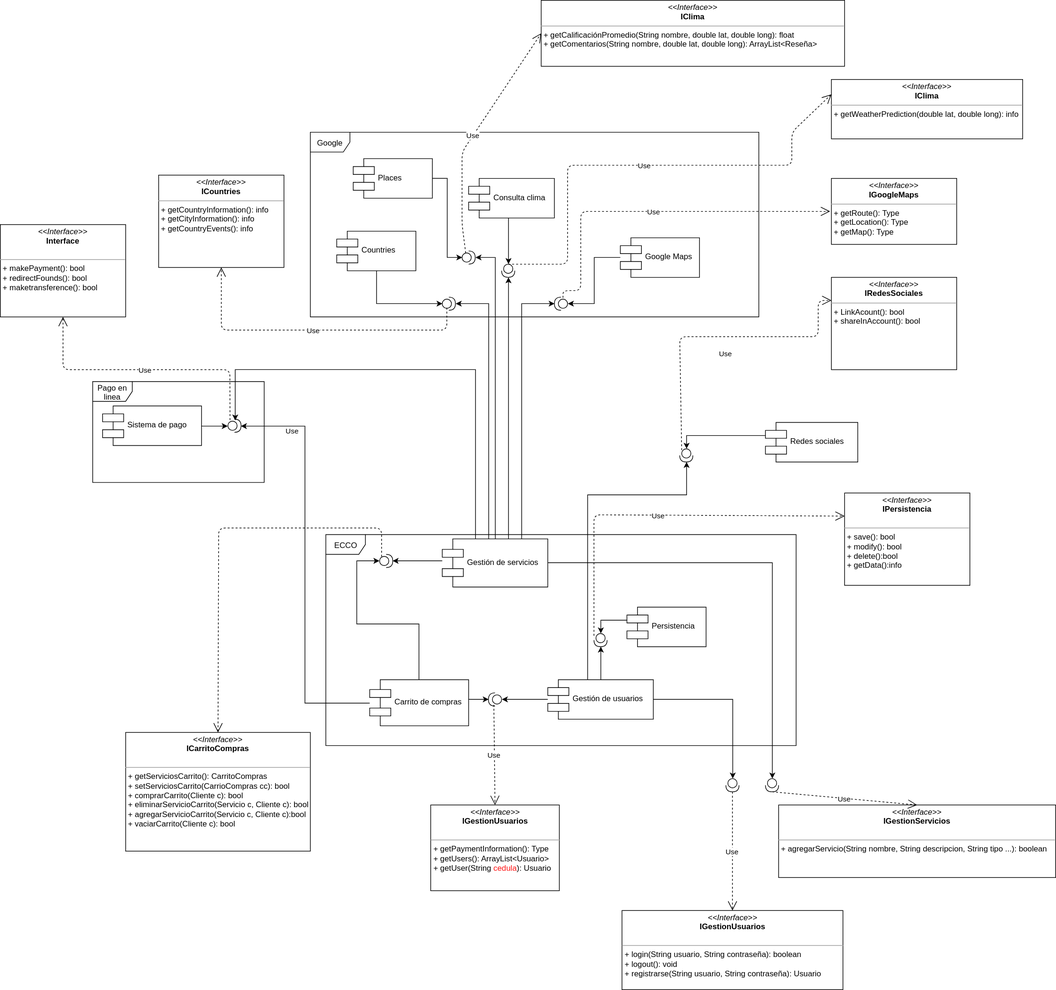
Before: Documentación/Diagrama de componentes.svg, a diagram exported from draw.io (webservices1930/ECCO). Source tidied: cells renumbered, new cells last; positions are measured from the earlier drawing's top-left corner, leaving out a move shared by most shapes.
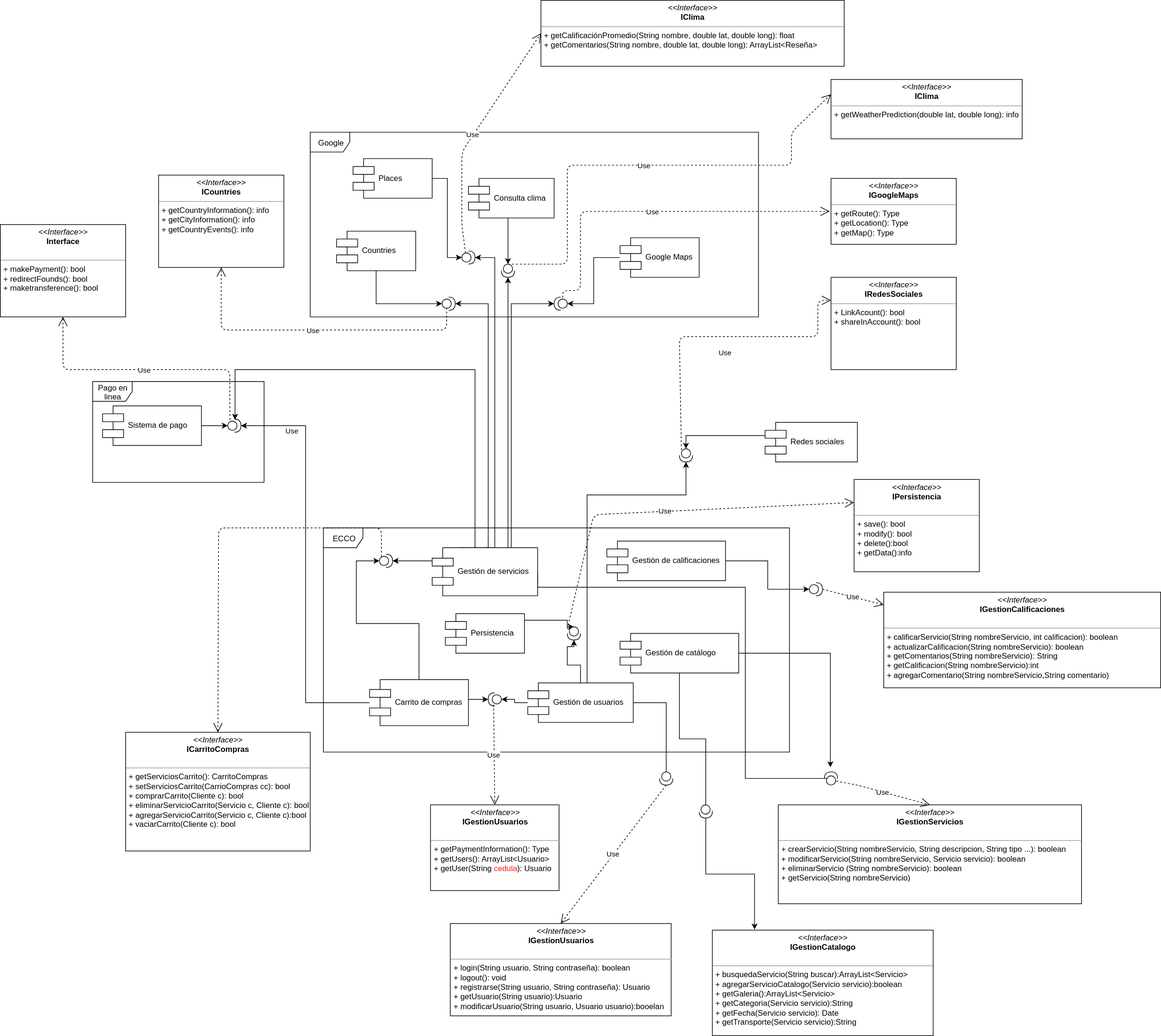
The same file after the commit.

What changed in the source:
```diff
@@ -3,7 +3,7 @@
     <mxCell id="0" />
     <mxCell id="1" parent="0" />
     <mxCell id="2" value="ECCO" style="shape=umlFrame;whiteSpace=wrap;html=1;" parent="1" vertex="1">
-      <mxGeometry x="493.5" y="810" width="713" height="320" as="geometry" />
+      <mxGeometry x="490" y="800" width="707" height="340" as="geometry" />
     </mxCell>
     <mxCell id="3" style="edgeStyle=orthogonalEdgeStyle;rounded=0;jettySize=auto;html=1;exitX=0.75;exitY=0;exitDx=0;exitDy=0;entryX=1;entryY=0.5;entryDx=0;entryDy=0;entryPerimeter=0;" parent="1" edge="1" source="9" target="10">
       <mxGeometry relative="1" as="geometry" />
@@ -47,7 +47,7 @@
       </mxGeometry>
     </mxCell>
     <mxCell id="9" value="Gestión de servicios" style="shape=component;align=left;spacingLeft=36;" parent="1" vertex="1">
-      <mxGeometry x="670" y="816.5" width="160" height="73" as="geometry" />
+      <mxGeometry x="655" y="830" width="160" height="73" as="geometry" />
     </mxCell>
     <mxCell id="10" style="shape=providedRequiredInterface;html=1;verticalLabelPosition=bottom;rotation=180;" parent="1" vertex="1">
       <mxGeometry x="840" y="450" width="20" height="20" as="geometry" />
@@ -62,10 +62,21 @@
       <mxGeometry relative="1" as="geometry" />
     </mxCell>
     <mxCell id="14" style="edgeStyle=orthogonalEdgeStyle;rounded=0;jettySize=auto;html=1;entryX=0;entryY=0.5;entryDx=0;entryDy=0;entryPerimeter=0;" parent="1" edge="1" source="17" target="39">
-      <mxGeometry relative="1" as="geometry" />
+      <mxGeometry relative="1" as="geometry">
+        <Array as="points">
+          <mxPoint x="1010" y="1065" />
+          <mxPoint x="1010" y="1180" />
+        </Array>
+      </mxGeometry>
     </mxCell>
     <mxCell id="15" style="edgeStyle=orthogonalEdgeStyle;rounded=0;jettySize=auto;html=1;entryX=1;entryY=0.5;entryDx=0;entryDy=0;entryPerimeter=0;" parent="1" edge="1" source="17" target="44">
-      <mxGeometry relative="1" as="geometry" />
+      <mxGeometry relative="1" as="geometry">
+        <Array as="points">
+          <mxPoint x="880" y="1008" />
+          <mxPoint x="860" y="1008" />
+          <mxPoint x="860" y="980" />
+        </Array>
+      </mxGeometry>
     </mxCell>
     <mxCell id="16" style="edgeStyle=orthogonalEdgeStyle;rounded=0;jettySize=auto;html=1;entryX=1;entryY=0.5;entryDx=0;entryDy=0;entryPerimeter=0;" parent="1" edge="1" source="17" target="45">
       <mxGeometry relative="1" as="geometry">
@@ -76,7 +87,7 @@
       </mxGeometry>
     </mxCell>
     <mxCell id="17" value="Gestión de usuarios" style="shape=component;align=left;spacingLeft=36;horizontal=1;" parent="1" vertex="1">
-      <mxGeometry x="830" y="1030" width="160" height="60" as="geometry" />
+      <mxGeometry x="800" y="1035" width="160" height="60" as="geometry" />
     </mxCell>
     <mxCell id="18" style="edgeStyle=orthogonalEdgeStyle;rounded=0;jettySize=auto;html=1;entryX=1;entryY=0.5;entryDx=0;entryDy=0;entryPerimeter=0;" parent="1" edge="1" source="21" target="34">
       <mxGeometry relative="1" as="geometry" />
@@ -96,7 +107,13 @@
       <mxGeometry x="560" y="1030" width="150" height="70" as="geometry" />
     </mxCell>
     <mxCell id="22" style="edgeStyle=orthogonalEdgeStyle;rounded=0;jettySize=auto;html=1;entryX=0;entryY=0.5;entryDx=0;entryDy=0;entryPerimeter=0;exitX=1;exitY=0.5;exitDx=0;exitDy=0;" parent="1" edge="1" source="9" target="38">
-      <mxGeometry relative="1" as="geometry" />
+      <mxGeometry relative="1" as="geometry">
+        <Array as="points">
+          <mxPoint x="815" y="890" />
+          <mxPoint x="1130" y="890" />
+          <mxPoint x="1130" y="1180" />
+        </Array>
+      </mxGeometry>
     </mxCell>
     <mxCell id="23" style="edgeStyle=orthogonalEdgeStyle;rounded=0;jettySize=auto;html=1;entryX=0;entryY=0.5;entryDx=0;entryDy=0;entryPerimeter=0;" parent="1" edge="1" source="24" target="31">
       <mxGeometry relative="1" as="geometry">
@@ -152,11 +169,11 @@
     <mxCell id="37" style="shape=providedRequiredInterface;html=1;verticalLabelPosition=bottom;" parent="1" vertex="1">
       <mxGeometry x="575" y="840" width="20" height="20" as="geometry" />
     </mxCell>
-    <mxCell id="38" style="shape=providedRequiredInterface;html=1;verticalLabelPosition=bottom;rotation=90;" parent="1" vertex="1">
-      <mxGeometry x="1160" y="1180" width="20" height="20" as="geometry" />
+    <mxCell id="38" style="shape=providedRequiredInterface;html=1;verticalLabelPosition=bottom;rotation=-90;" parent="1" vertex="1">
+      <mxGeometry x="1250" y="1170" width="20" height="20" as="geometry" />
     </mxCell>
     <mxCell id="39" style="shape=providedRequiredInterface;html=1;verticalLabelPosition=bottom;rotation=90;" parent="1" vertex="1">
-      <mxGeometry x="1100" y="1180" width="20" height="20" as="geometry" />
+      <mxGeometry x="1000" y="1170" width="20" height="20" as="geometry" />
     </mxCell>
     <mxCell id="40" value="&lt;p style=&quot;margin: 0px ; margin-top: 4px ; text-align: center&quot;&gt;&lt;i&gt;&amp;lt;&amp;lt;Interface&amp;gt;&amp;gt;&lt;/i&gt;&lt;br&gt;&lt;b&gt;ICarritoCompras&lt;/b&gt;&lt;/p&gt;&lt;p style=&quot;margin: 0px ; margin-left: 4px&quot;&gt;&lt;br&gt;&lt;/p&gt;&lt;hr size=&quot;1&quot;&gt;&lt;p style=&quot;margin: 0px ; margin-left: 4px&quot;&gt;+ getServiciosCarrito(): CarritoCompras&lt;/p&gt;&lt;p style=&quot;margin: 0px ; margin-left: 4px&quot;&gt;+ setServiciosCarrito(CarrioCompras cc): bool&amp;nbsp;&lt;br&gt;+ comprarCarrito(Cliente c): bool&lt;/p&gt;&lt;p style=&quot;margin: 0px ; margin-left: 4px&quot;&gt;+ eliminarServicioCarrito(Servicio c, Cliente c): bool&lt;/p&gt;&lt;p style=&quot;margin: 0px ; margin-left: 4px&quot;&gt;+ agregarServicioCarrito(Servicio c, Cliente c):bool&lt;/p&gt;&lt;p style=&quot;margin: 0px ; margin-left: 4px&quot;&gt;+ vaciarCarrito(Cliente c): bool&lt;/p&gt;" style="verticalAlign=top;align=left;overflow=fill;fontSize=12;fontFamily=Helvetica;html=1;" parent="1" vertex="1">
       <mxGeometry x="190" y="1110" width="280" height="180" as="geometry" />
@@ -174,15 +191,16 @@
     <mxCell id="42" style="edgeStyle=orthogonalEdgeStyle;rounded=0;jettySize=auto;html=1;entryX=0;entryY=0.5;entryDx=0;entryDy=0;entryPerimeter=0;" parent="1" edge="1" source="43" target="44">
       <mxGeometry relative="1" as="geometry">
         <Array as="points">
-          <mxPoint x="911" y="940" />
+          <mxPoint x="860" y="940" />
+          <mxPoint x="860" y="950" />
         </Array>
       </mxGeometry>
     </mxCell>
     <mxCell id="43" value="Persistencia" style="shape=component;align=left;spacingLeft=36;" parent="1" vertex="1">
-      <mxGeometry x="950" y="920" width="120" height="60" as="geometry" />
+      <mxGeometry x="675" y="930" width="120" height="60" as="geometry" />
     </mxCell>
     <mxCell id="44" style="shape=providedRequiredInterface;html=1;verticalLabelPosition=bottom;rotation=90;" parent="1" vertex="1">
-      <mxGeometry x="900" y="960" width="20" height="20" as="geometry" />
+      <mxGeometry x="860" y="950" width="20" height="20" as="geometry" />
     </mxCell>
     <mxCell id="45" style="shape=providedRequiredInterface;html=1;verticalLabelPosition=bottom;rotation=90;" parent="1" vertex="1">
       <mxGeometry x="1030" y="680" width="20" height="20" as="geometry" />
@@ -262,19 +280,23 @@
       </mxGeometry>
     </mxCell>
     <mxCell id="59" value="&lt;p style=&quot;margin: 0px ; margin-top: 4px ; text-align: center&quot;&gt;&lt;i&gt;&amp;lt;&amp;lt;Interface&amp;gt;&amp;gt;&lt;/i&gt;&lt;br&gt;&lt;b&gt;IPersistencia&lt;/b&gt;&lt;/p&gt;&lt;br&gt;&lt;hr size=&quot;1&quot;&gt;&lt;p style=&quot;margin: 0px ; margin-left: 4px&quot;&gt;+ save(): bool&lt;br&gt;+ modify(): bool&lt;/p&gt;&lt;p style=&quot;margin: 0px ; margin-left: 4px&quot;&gt;+ delete():bool&amp;nbsp;&lt;/p&gt;&lt;p style=&quot;margin: 0px ; margin-left: 4px&quot;&gt;+ getData():info&lt;/p&gt;" style="verticalAlign=top;align=left;overflow=fill;fontSize=12;fontFamily=Helvetica;html=1;" parent="1" vertex="1">
-      <mxGeometry x="1280" y="747" width="190" height="140" as="geometry" />
+      <mxGeometry x="1295" y="726.5" width="190" height="140" as="geometry" />
     </mxCell>
-    <mxCell id="60" value="&lt;p style=&quot;margin: 0px ; margin-top: 4px ; text-align: center&quot;&gt;&lt;i&gt;&amp;lt;&amp;lt;Interface&amp;gt;&amp;gt;&lt;/i&gt;&lt;br&gt;&lt;b&gt;IGestionUsuarios&lt;/b&gt;&lt;/p&gt;&lt;br&gt;&lt;hr size=&quot;1&quot;&gt;&lt;p style=&quot;margin: 0px ; margin-left: 4px&quot;&gt;+ login(String usuario, String contraseña): boolean&lt;/p&gt;&lt;p style=&quot;margin: 0px ; margin-left: 4px&quot;&gt;+ logout(): void&lt;/p&gt;&lt;p style=&quot;margin: 0px ; margin-left: 4px&quot;&gt;+ registrarse(String usuario,&amp;nbsp;&lt;span&gt;String contraseña&lt;/span&gt;&lt;span&gt;): Usuario&lt;/span&gt;&lt;/p&gt;&lt;p style=&quot;margin: 0px ; margin-left: 4px&quot;&gt;&lt;br&gt;&lt;/p&gt;" style="verticalAlign=top;align=left;overflow=fill;fontSize=12;fontFamily=Helvetica;html=1;" parent="1" vertex="1">
-      <mxGeometry x="942.5" y="1380" width="335" height="120" as="geometry" />
+    <mxCell id="60" value="&lt;p style=&quot;margin: 0px ; margin-top: 4px ; text-align: center&quot;&gt;&lt;i&gt;&amp;lt;&amp;lt;Interface&amp;gt;&amp;gt;&lt;/i&gt;&lt;br&gt;&lt;b&gt;IGestionUsuarios&lt;/b&gt;&lt;/p&gt;&lt;br&gt;&lt;hr size=&quot;1&quot;&gt;&lt;p style=&quot;margin: 0px ; margin-left: 4px&quot;&gt;+ login(String usuario, String contraseña): boolean&lt;/p&gt;&lt;p style=&quot;margin: 0px ; margin-left: 4px&quot;&gt;+ logout(): void&lt;/p&gt;&lt;p style=&quot;margin: 0px ; margin-left: 4px&quot;&gt;+ registrarse(String usuario,&amp;nbsp;&lt;span&gt;String contraseña&lt;/span&gt;&lt;span&gt;): Usuario&lt;/span&gt;&lt;/p&gt;&lt;p style=&quot;margin: 0px ; margin-left: 4px&quot;&gt;&lt;span&gt;+ getUsuario(String usuario):Usuario&lt;/span&gt;&lt;/p&gt;&lt;p style=&quot;margin: 0px ; margin-left: 4px&quot;&gt;&lt;span&gt;+ modificarUsuario(String usuario, Usuario usuario):booelan&lt;/span&gt;&lt;/p&gt;&lt;p style=&quot;margin: 0px ; margin-left: 4px&quot;&gt;&lt;span&gt;&lt;br&gt;&lt;/span&gt;&lt;/p&gt;&lt;p style=&quot;margin: 0px ; margin-left: 4px&quot;&gt;&lt;br&gt;&lt;/p&gt;" style="verticalAlign=top;align=left;overflow=fill;fontSize=12;fontFamily=Helvetica;html=1;" parent="1" vertex="1">
+      <mxGeometry x="682.5" y="1400" width="335" height="140" as="geometry" />
     </mxCell>
     <mxCell id="61" value="Use" style="endArrow=open;endSize=12;dashed=1;html=1;entryX=0.5;entryY=0;entryDx=0;entryDy=0;exitX=1;exitY=0.5;exitDx=0;exitDy=0;exitPerimeter=0;" parent="1" edge="1" source="39" target="60">
       <mxGeometry relative="1" as="geometry" />
     </mxCell>
-    <mxCell id="62" value="&lt;p style=&quot;margin: 0px ; margin-top: 4px ; text-align: center&quot;&gt;&lt;i&gt;&amp;lt;&amp;lt;Interface&amp;gt;&amp;gt;&lt;/i&gt;&lt;br&gt;&lt;b&gt;IGestionServicios&lt;/b&gt;&lt;/p&gt;&lt;br&gt;&lt;hr size=&quot;1&quot;&gt;&lt;p style=&quot;margin: 0px ; margin-left: 4px&quot;&gt;+ agregarServicio(String nombre, String descripcion, String tipo ...): boolean&lt;/p&gt;&lt;p style=&quot;margin: 0px ; margin-left: 4px&quot;&gt;&lt;br&gt;&lt;/p&gt;&lt;p style=&quot;margin: 0px ; margin-left: 4px&quot;&gt;&lt;br&gt;&lt;/p&gt;" style="verticalAlign=top;align=left;overflow=fill;fontSize=12;fontFamily=Helvetica;html=1;" parent="1" vertex="1">
-      <mxGeometry x="1180" y="1220" width="420" height="110" as="geometry" />
+    <mxCell id="62" value="&lt;p style=&quot;margin: 0px ; margin-top: 4px ; text-align: center&quot;&gt;&lt;i&gt;&amp;lt;&amp;lt;Interface&amp;gt;&amp;gt;&lt;/i&gt;&lt;br&gt;&lt;b&gt;IGestionServicios&lt;/b&gt;&lt;/p&gt;&lt;br&gt;&lt;hr size=&quot;1&quot;&gt;&lt;p style=&quot;margin: 0px ; margin-left: 4px&quot;&gt;+ crearServicio(String nombreServicio, String descripcion, String tipo ...): boolean&lt;/p&gt;&lt;p style=&quot;margin: 0px ; margin-left: 4px&quot;&gt;+ modificarServicio(String nombreServicio, Servicio servicio): boolean&lt;/p&gt;&lt;p style=&quot;margin: 0px ; margin-left: 4px&quot;&gt;+ eliminarServicio (String nombreServicio): boolean&lt;/p&gt;&lt;p style=&quot;margin: 0px ; margin-left: 4px&quot;&gt;+ getServicio(String nombreServicio)&lt;/p&gt;&lt;p style=&quot;margin: 0px ; margin-left: 4px&quot;&gt;&lt;br&gt;&lt;/p&gt;&lt;p style=&quot;margin: 0px ; margin-left: 4px&quot;&gt;&lt;br&gt;&lt;/p&gt;&lt;p style=&quot;margin: 0px ; margin-left: 4px&quot;&gt;&lt;br&gt;&lt;/p&gt;" style="verticalAlign=top;align=left;overflow=fill;fontSize=12;fontFamily=Helvetica;html=1;" parent="1" vertex="1">
+      <mxGeometry x="1180" y="1220" width="460" height="150" as="geometry" />
     </mxCell>
-    <mxCell id="63" value="Use" style="endArrow=open;endSize=12;dashed=1;html=1;entryX=0.5;entryY=0;entryDx=0;entryDy=0;exitX=1;exitY=0.5;exitDx=0;exitDy=0;exitPerimeter=0;" parent="1" edge="1" source="38" target="62">
-      <mxGeometry relative="1" as="geometry" />
+    <mxCell id="63" value="Use" style="endArrow=open;endSize=12;dashed=1;html=1;entryX=0.5;entryY=0;entryDx=0;entryDy=0;exitX=0.3;exitY=0.9;exitDx=0;exitDy=0;exitPerimeter=0;" parent="1" edge="1" source="38" target="62">
+      <mxGeometry relative="1" as="geometry">
+        <Array as="points">
+          <mxPoint x="1300" y="1190" />
+        </Array>
+      </mxGeometry>
     </mxCell>
     <mxCell id="64" style="edgeStyle=orthogonalEdgeStyle;rounded=0;jettySize=auto;html=1;exitX=1;exitY=0.5;exitDx=0;exitDy=0;entryX=0;entryY=0.5;entryDx=0;entryDy=0;entryPerimeter=0;" parent="1" edge="1" source="65" target="66">
       <mxGeometry relative="1" as="geometry" />
@@ -296,5 +318,40 @@
     <mxCell id="68" value="&lt;p style=&quot;margin: 0px ; margin-top: 4px ; text-align: center&quot;&gt;&lt;i&gt;&amp;lt;&amp;lt;Interface&amp;gt;&amp;gt;&lt;/i&gt;&lt;br&gt;&lt;b&gt;IClima&lt;/b&gt;&lt;/p&gt;&lt;hr size=&quot;1&quot;&gt;&lt;p style=&quot;margin: 0px ; margin-left: 4px&quot;&gt;+ getCalificaciónPromedio(String nombre, double lat, double long): float&lt;/p&gt;&lt;p style=&quot;margin: 0px ; margin-left: 4px&quot;&gt;+ getComentarios(String nombre, double lat, double long): ArrayList&amp;lt;Reseña&amp;gt;&lt;br&gt;&lt;br&gt;&lt;/p&gt;&lt;p style=&quot;margin: 0px ; margin-left: 4px&quot;&gt;&lt;br&gt;&lt;/p&gt;" style="verticalAlign=top;align=left;overflow=fill;fontSize=12;fontFamily=Helvetica;html=1;" parent="1" vertex="1">
       <mxGeometry x="820" width="460" height="100" as="geometry" />
     </mxCell>
+    <mxCell id="69" style="edgeStyle=orthogonalEdgeStyle;rounded=0;jettySize=auto;html=1;entryX=0;entryY=0.5;entryDx=0;entryDy=0;entryPerimeter=0;" parent="1" edge="1" source="70" target="71">
+      <mxGeometry relative="1" as="geometry" />
+    </mxCell>
+    <mxCell id="70" value="Gestión de calificaciones" style="shape=component;align=left;spacingLeft=36;" parent="1" vertex="1">
+      <mxGeometry x="920" y="820" width="180" height="60" as="geometry" />
+    </mxCell>
+    <mxCell id="71" style="shape=providedRequiredInterface;html=1;verticalLabelPosition=bottom;" parent="1" vertex="1">
+      <mxGeometry x="1227" y="883" width="20" height="20" as="geometry" />
+    </mxCell>
+    <mxCell id="72" value="&lt;p style=&quot;margin: 0px ; margin-top: 4px ; text-align: center&quot;&gt;&lt;i&gt;&amp;lt;&amp;lt;Interface&amp;gt;&amp;gt;&lt;/i&gt;&lt;br&gt;&lt;b&gt;IGestionCalificaciones&lt;/b&gt;&lt;/p&gt;&lt;br&gt;&lt;hr size=&quot;1&quot;&gt;&lt;p style=&quot;margin: 0px ; margin-left: 4px&quot;&gt;+ calificarServicio(String nombreServicio, int calificacion): boolean&lt;/p&gt;&lt;p style=&quot;margin: 0px 0px 0px 4px&quot;&gt;+ actualizarCalificacion(String nombreServicio&lt;span&gt;): boolean&lt;/span&gt;&lt;/p&gt;&lt;p style=&quot;margin: 0px 0px 0px 4px&quot;&gt;+ getComentarios(String nombreServicio): String&lt;/p&gt;&lt;p style=&quot;margin: 0px 0px 0px 4px&quot;&gt;+ getCalificacion(String nombreServicio):int&lt;/p&gt;&lt;p style=&quot;margin: 0px 0px 0px 4px&quot;&gt;+ agregarComentario(String nombreServicio,String comentario)&lt;/p&gt;&lt;p style=&quot;margin: 0px 0px 0px 4px&quot;&gt;&lt;br&gt;&lt;/p&gt;&lt;p style=&quot;margin: 0px 0px 0px 4px&quot;&gt;&lt;br&gt;&lt;/p&gt;&lt;p style=&quot;margin: 0px ; margin-left: 4px&quot;&gt;&lt;br&gt;&lt;/p&gt;&lt;p style=&quot;margin: 0px ; margin-left: 4px&quot;&gt;&lt;br&gt;&lt;/p&gt;" style="verticalAlign=top;align=left;overflow=fill;fontSize=12;fontFamily=Helvetica;html=1;" parent="1" vertex="1">
+      <mxGeometry x="1340" y="897.5" width="420" height="145" as="geometry" />
+    </mxCell>
+    <mxCell id="73" value="Use" style="endArrow=open;endSize=12;dashed=1;html=1;exitX=1;exitY=0.5;exitDx=0;exitDy=0;exitPerimeter=0;" parent="1" edge="1" source="71" target="72">
+      <mxGeometry relative="1" as="geometry" />
+    </mxCell>
+    <mxCell id="74" style="edgeStyle=orthogonalEdgeStyle;rounded=0;jettySize=auto;html=1;entryX=1;entryY=0.5;entryDx=0;entryDy=0;entryPerimeter=0;" parent="1" edge="1" source="76">
+      <mxGeometry relative="1" as="geometry">
+        <mxPoint x="1259" y="1163" as="targetPoint" />
+      </mxGeometry>
+    </mxCell>
+    <mxCell id="75" style="edgeStyle=orthogonalEdgeStyle;rounded=0;jettySize=auto;html=1;entryX=0.6;entryY=0.5;entryDx=0;entryDy=0;entryPerimeter=0;" parent="1" edge="1" source="76" target="78">
+      <mxGeometry relative="1" as="geometry" />
+    </mxCell>
+    <mxCell id="76" value="Gestión de catálogo" style="shape=component;align=left;spacingLeft=36;" parent="1" vertex="1">
+      <mxGeometry x="940" y="960" width="180" height="60" as="geometry" />
+    </mxCell>
+    <mxCell id="77" style="edgeStyle=orthogonalEdgeStyle;rounded=0;jettySize=auto;html=1;entryX=0.19;entryY=-0.007;entryDx=0;entryDy=0;entryPerimeter=0;" parent="1" edge="1" source="78" target="79">
+      <mxGeometry relative="1" as="geometry" />
+    </mxCell>
+    <mxCell id="78" style="shape=providedRequiredInterface;html=1;verticalLabelPosition=bottom;rotation=85;" parent="1" vertex="1">
+      <mxGeometry x="1060" y="1220" width="20" height="20" as="geometry" />
+    </mxCell>
+    <mxCell id="79" value="&lt;p style=&quot;margin: 0px ; margin-top: 4px ; text-align: center&quot;&gt;&lt;i&gt;&amp;lt;&amp;lt;Interface&amp;gt;&amp;gt;&lt;/i&gt;&lt;br&gt;&lt;b&gt;IGestionCatalogo&lt;/b&gt;&lt;/p&gt;&lt;br&gt;&lt;hr size=&quot;1&quot;&gt;&lt;p style=&quot;margin: 0px ; margin-left: 4px&quot;&gt;+ busquedaServicio(String buscar):ArrayList&amp;lt;Servicio&amp;gt;&lt;/p&gt;&lt;p style=&quot;margin: 0px ; margin-left: 4px&quot;&gt;+ agregarServicioCatalogo(Servicio servicio):boolean&lt;/p&gt;&lt;p style=&quot;margin: 0px ; margin-left: 4px&quot;&gt;+ getGaleria():ArrayList&amp;lt;Servicio&amp;gt;&lt;/p&gt;&lt;p style=&quot;margin: 0px ; margin-left: 4px&quot;&gt;+ getCategoria(Servicio servicio):String&lt;/p&gt;&lt;p style=&quot;margin: 0px ; margin-left: 4px&quot;&gt;+ getFecha(Servicio servicio): Date&lt;/p&gt;&lt;p style=&quot;margin: 0px ; margin-left: 4px&quot;&gt;+ getTransporte(Servicio servicio):String&amp;nbsp;&lt;/p&gt;&lt;p style=&quot;margin: 0px ; margin-left: 4px&quot;&gt;&lt;br&gt;&lt;/p&gt;&lt;p style=&quot;margin: 0px ; margin-left: 4px&quot;&gt;&lt;span&gt;&lt;br&gt;&lt;/span&gt;&lt;/p&gt;&lt;p style=&quot;margin: 0px ; margin-left: 4px&quot;&gt;&lt;br&gt;&lt;/p&gt;" style="verticalAlign=top;align=left;overflow=fill;fontSize=12;fontFamily=Helvetica;html=1;" parent="1" vertex="1">
+      <mxGeometry x="1080" y="1410" width="335" height="160" as="geometry" />
+    </mxCell>
   </root>
 </mxGraphModel>
```
